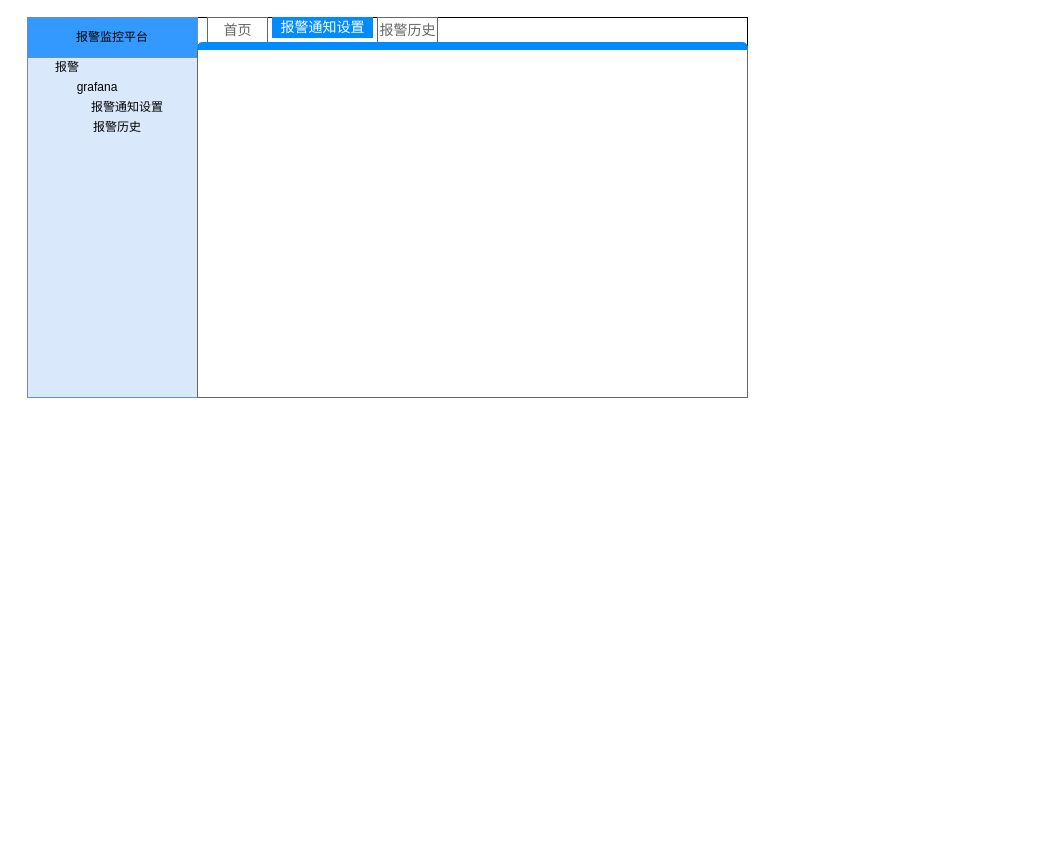
Before: page "监控报警平台界面" (4 of 5) of 监控报警平台.drawio in mashifei/uml, a draw.io diagram. Source tidied: cells renumbered, new cells numbered last; positions are measured from the earlier drawing's top-left corner, leaving out a move shared by most shapes. Both pictures are drawn from the tidied source at 100%, with x=0, y=0 at pixel (17, 17).
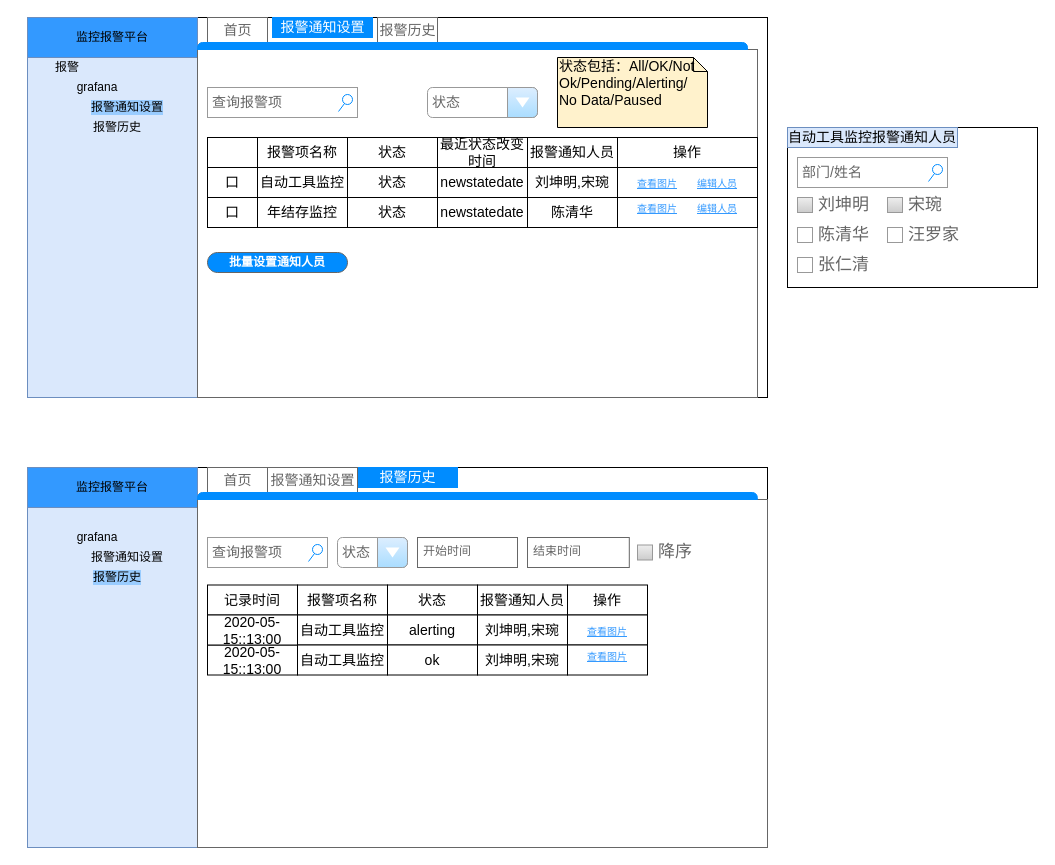
The same diagram, later.

Commit message:
Update 监控报警平台.drawio

Diff of the diagram source:
```diff
@@
     <mxCell id="3" style="rounded=0;whiteSpace=wrap;html=1;" parent="1" vertex="1">
-      <mxGeometry x="180" width="550" height="380" as="geometry" />
+      <mxGeometry x="180" width="570" height="380" as="geometry" />
     </mxCell>
@@
-    <mxCell id="6" value="报警通知设置" style="text;html=1;strokeColor=none;fillColor=none;align=center;verticalAlign=middle;whiteSpace=wrap;rounded=0;" parent="1" vertex="1">
+    <mxCell id="6" value="报警通知设置" style="text;html=1;strokeColor=none;fillColor=none;align=center;verticalAlign=middle;whiteSpace=wrap;rounded=0;labelBackgroundColor=#99CCFF;" parent="1" vertex="1">
       <mxGeometry x="60" y="80" width="100" height="20" as="geometry" />
     </mxCell>
-    <mxCell id="7" value="报警监控平台" style="rounded=0;whiteSpace=wrap;html=1;fillColor=#3399FF;strokeColor=#6c8ebf;" parent="1" vertex="1">
+    <mxCell id="7" value="监控报警平台" style="rounded=0;whiteSpace=wrap;html=1;fillColor=#3399FF;strokeColor=#6c8ebf;" parent="1" vertex="1">
       <mxGeometry x="10" width="170" height="40" as="geometry" />
     </mxCell>
@@
     <mxCell id="9" style="strokeWidth=1;shadow=0;dashed=0;align=center;html=1;shape=mxgraph.mockup.containers.marginRect2;rectMarginTop=32;strokeColor=#666666;gradientColor=none;" parent="1" vertex="1">
-      <mxGeometry x="180" width="550" height="380" as="geometry" />
+      <mxGeometry x="180" width="560" height="380" as="geometry" />
     </mxCell>
@@
+    <mxCell id="14" style="group;" parent="9" vertex="1">
+      <mxGeometry x="10" y="70" width="550" height="185" as="geometry" />
+    </mxCell>
+    <mxCell id="15" value="状态" style="strokeWidth=1;shadow=0;dashed=0;align=center;html=1;shape=mxgraph.mockup.forms.comboBox;strokeColor=#999999;fillColor=#ddeeff;align=left;fillColor2=#aaddff;mainText=;fontColor=#666666;fontSize=14;spacingLeft=3;" parent="14" vertex="1">
+      <mxGeometry x="220" width="110" height="30" as="geometry" />
+    </mxCell>
+    <mxCell id="16" value="查询报警项" style="strokeWidth=1;shadow=0;dashed=0;align=center;html=1;shape=mxgraph.mockup.forms.searchBox;strokeColor=#999999;mainText=;strokeColor2=#008cff;fontColor=#666666;fontSize=14;align=left;spacingLeft=3;fillColor=#FFFFFF;" parent="14" vertex="1">
+      <mxGeometry width="150" height="30" as="geometry" />
+    </mxCell>
+    <mxCell id="17" style="rounded=0;whiteSpace=wrap;html=1;fillColor=#FFFFFF;fontSize=14;" parent="14" vertex="1">
+      <mxGeometry y="50" width="50" height="30" as="geometry" />
+    </mxCell>
+    <mxCell id="18" value="状态" style="rounded=0;whiteSpace=wrap;html=1;fillColor=#FFFFFF;fontSize=14;" parent="14" vertex="1">
+      <mxGeometry x="140" y="50" width="90" height="30" as="geometry" />
+    </mxCell>
+    <mxCell id="19" value="最近状态改变时间" style="rounded=0;whiteSpace=wrap;html=1;fillColor=#FFFFFF;fontSize=14;" parent="14" vertex="1">
+      <mxGeometry x="230" y="50" width="90" height="30" as="geometry" />
+    </mxCell>
+    <mxCell id="20" value="报警项名称" style="rounded=0;whiteSpace=wrap;html=1;fillColor=#FFFFFF;fontSize=14;" parent="14" vertex="1">
+      <mxGeometry x="50" y="50" width="90" height="30" as="geometry" />
+    </mxCell>
+    <mxCell id="21" value="口" style="rounded=0;whiteSpace=wrap;html=1;fillColor=#FFFFFF;fontSize=14;" parent="14" vertex="1">
+      <mxGeometry y="80" width="50" height="30" as="geometry" />
+    </mxCell>
+    <mxCell id="22" value="状态" style="rounded=0;whiteSpace=wrap;html=1;fillColor=#FFFFFF;fontSize=14;" parent="14" vertex="1">
+      <mxGeometry x="140" y="80" width="90" height="30" as="geometry" />
+    </mxCell>
+    <mxCell id="23" value="newstatedate" style="rounded=0;whiteSpace=wrap;html=1;fillColor=#FFFFFF;fontSize=14;" parent="14" vertex="1">
+      <mxGeometry x="230" y="80" width="90" height="30" as="geometry" />
+    </mxCell>
+    <mxCell id="24" value="自动工具监控" style="rounded=0;whiteSpace=wrap;html=1;fillColor=#FFFFFF;fontSize=14;" parent="14" vertex="1">
+      <mxGeometry x="50" y="80" width="90" height="30" as="geometry" />
+    </mxCell>
+    <mxCell id="25" value="口" style="rounded=0;whiteSpace=wrap;html=1;fillColor=#FFFFFF;fontSize=14;" parent="14" vertex="1">
+      <mxGeometry y="110" width="50" height="30" as="geometry" />
+    </mxCell>
+    <mxCell id="26" value="状态" style="rounded=0;whiteSpace=wrap;html=1;fillColor=#FFFFFF;fontSize=14;" parent="14" vertex="1">
+      <mxGeometry x="140" y="110" width="90" height="30" as="geometry" />
+    </mxCell>
+    <mxCell id="27" value="newstatedate" style="rounded=0;whiteSpace=wrap;html=1;fillColor=#FFFFFF;fontSize=14;" parent="14" vertex="1">
+      <mxGeometry x="230" y="110" width="90" height="30" as="geometry" />
+    </mxCell>
+    <mxCell id="28" value="年结存监控" style="rounded=0;whiteSpace=wrap;html=1;fillColor=#FFFFFF;fontSize=14;" parent="14" vertex="1">
+      <mxGeometry x="50" y="110" width="90" height="30" as="geometry" />
+    </mxCell>
+    <mxCell id="29" value="报警通知人员" style="rounded=0;whiteSpace=wrap;html=1;fillColor=#FFFFFF;fontSize=14;" parent="14" vertex="1">
+      <mxGeometry x="320" y="50" width="90" height="30" as="geometry" />
+    </mxCell>
+    <mxCell id="30" value="刘坤明,宋琬" style="rounded=0;whiteSpace=wrap;html=1;fillColor=#FFFFFF;fontSize=14;" parent="14" vertex="1">
+      <mxGeometry x="320" y="80" width="90" height="30" as="geometry" />
+    </mxCell>
+    <mxCell id="31" value="陈清华" style="rounded=0;whiteSpace=wrap;html=1;fillColor=#FFFFFF;fontSize=14;" parent="14" vertex="1">
+      <mxGeometry x="320" y="110" width="90" height="30" as="geometry" />
+    </mxCell>
+    <mxCell id="32" value="操作" style="rounded=0;whiteSpace=wrap;html=1;fillColor=#FFFFFF;fontSize=14;" parent="14" vertex="1">
+      <mxGeometry x="410" y="50" width="140" height="30" as="geometry" />
+    </mxCell>
+    <mxCell id="33" style="rounded=0;whiteSpace=wrap;html=1;fillColor=#FFFFFF;fontSize=14;" parent="14" vertex="1">
+      <mxGeometry x="410" y="80" width="140" height="30" as="geometry" />
+    </mxCell>
+    <mxCell id="34" style="rounded=0;whiteSpace=wrap;html=1;fillColor=#FFFFFF;fontSize=14;" parent="14" vertex="1">
+      <mxGeometry x="410" y="110" width="140" height="30" as="geometry" />
+    </mxCell>
+    <mxCell id="35" value="&lt;font style=&quot;font-size: 10px&quot;&gt;查看图片&lt;/font&gt;" style="text;html=1;strokeColor=none;fillColor=none;align=center;verticalAlign=middle;whiteSpace=wrap;rounded=0;fontSize=14;fontStyle=4;fontColor=#3399FF;" parent="14" vertex="1">
+      <mxGeometry x="410" y="85" width="80" height="20" as="geometry" />
+    </mxCell>
+    <mxCell id="36" value="&lt;font style=&quot;font-size: 10px&quot;&gt;查看图片&lt;/font&gt;" style="text;html=1;strokeColor=none;fillColor=none;align=center;verticalAlign=middle;whiteSpace=wrap;rounded=0;fontSize=14;fontStyle=4;fontColor=#3399FF;" parent="14" vertex="1">
+      <mxGeometry x="410" y="110" width="80" height="20" as="geometry" />
+    </mxCell>
+    <mxCell id="37" value="&lt;font style=&quot;font-size: 10px&quot;&gt;编辑人员&lt;/font&gt;" style="text;html=1;strokeColor=none;fillColor=none;align=center;verticalAlign=middle;whiteSpace=wrap;rounded=0;fontSize=14;fontStyle=4;fontColor=#3399FF;" parent="14" vertex="1">
+      <mxGeometry x="470" y="85" width="80" height="20" as="geometry" />
+    </mxCell>
+    <mxCell id="38" value="&lt;font style=&quot;font-size: 10px&quot;&gt;编辑人员&lt;/font&gt;" style="text;html=1;strokeColor=none;fillColor=none;align=center;verticalAlign=middle;whiteSpace=wrap;rounded=0;fontSize=14;fontStyle=4;fontColor=#3399FF;" parent="14" vertex="1">
+      <mxGeometry x="470" y="110" width="80" height="20" as="geometry" />
+    </mxCell>
+    <mxCell id="39" value="批量设置通知人员" style="strokeWidth=1;shadow=0;dashed=0;align=center;html=1;shape=mxgraph.mockup.buttons.button;strokeColor=#666666;fontColor=#ffffff;mainText=;buttonStyle=round;fontSize=12;fontStyle=1;fillColor=#008cff;whiteSpace=wrap;" parent="14" vertex="1">
+      <mxGeometry y="165" width="140" height="20" as="geometry" />
+    </mxCell>
+    <mxCell id="40" value="状态包括：All/OK/Not Ok/Pending/Alerting/&lt;br&gt;No Data/Paused" style="shape=note;whiteSpace=wrap;html=1;size=14;verticalAlign=top;align=left;spacingTop=-6;fillColor=#FFF2CC;fontSize=14;labelBackgroundColor=none;labelBorderColor=none;" parent="9" vertex="1">
+      <mxGeometry x="360" y="40" width="150" height="70" as="geometry" />
+    </mxCell>
+    <mxCell id="41" style="rounded=0;whiteSpace=wrap;html=1;fillColor=#dae8fc;strokeColor=#6c8ebf;" parent="1" vertex="1">
+      <mxGeometry x="10" y="450" width="170" height="380" as="geometry" />
+    </mxCell>
+    <mxCell id="42" style="rounded=0;whiteSpace=wrap;html=1;" parent="1" vertex="1">
+      <mxGeometry x="180" y="450" width="570" height="380" as="geometry" />
+    </mxCell>
+    <mxCell id="43" value="grafana" style="text;html=1;strokeColor=none;fillColor=none;align=center;verticalAlign=middle;whiteSpace=wrap;rounded=0;" parent="1" vertex="1">
+      <mxGeometry x="30" y="510" width="100" height="20" as="geometry" />
+    </mxCell>
+    <mxCell id="44" value="报警通知设置" style="text;html=1;strokeColor=none;fillColor=none;align=center;verticalAlign=middle;whiteSpace=wrap;rounded=0;" parent="1" vertex="1">
+      <mxGeometry x="60" y="530" width="100" height="20" as="geometry" />
+    </mxCell>
+    <mxCell id="45" value="监控报警平台" style="rounded=0;whiteSpace=wrap;html=1;fillColor=#3399FF;strokeColor=#6c8ebf;" parent="1" vertex="1">
+      <mxGeometry x="10" y="450" width="170" height="40" as="geometry" />
+    </mxCell>
+    <mxCell id="46" value="报警历史" style="text;html=1;strokeColor=none;fillColor=none;align=center;verticalAlign=middle;whiteSpace=wrap;rounded=0;labelBackgroundColor=#99CCFF;" parent="1" vertex="1">
+      <mxGeometry x="50" y="550" width="100" height="20" as="geometry" />
+    </mxCell>
+    <mxCell id="47" style="strokeWidth=1;shadow=0;dashed=0;align=center;html=1;shape=mxgraph.mockup.containers.marginRect2;rectMarginTop=32;strokeColor=#666666;gradientColor=none;" parent="1" vertex="1">
+      <mxGeometry x="180" y="450" width="570" height="380" as="geometry" />
+    </mxCell>
+    <mxCell id="48" value="首页" style="strokeColor=inherit;fillColor=inherit;gradientColor=inherit;strokeWidth=1;shadow=0;dashed=0;align=center;html=1;shape=mxgraph.mockup.containers.rrect;rSize=0;fontSize=14;fontColor=#666666;gradientColor=none;" parent="47" vertex="1">
+      <mxGeometry width="60" height="25" relative="1" as="geometry">
+        <mxPoint x="10" as="offset" />
+      </mxGeometry>
+    </mxCell>
+    <mxCell id="49" value="报警历史" style="strokeWidth=1;shadow=0;dashed=0;align=center;html=1;shape=mxgraph.mockup.containers.rrect;rSize=0;fontSize=14;fontColor=#ffffff;strokeColor=#008cff;fillColor=#008cff;" parent="47" vertex="1">
+      <mxGeometry width="100" height="20" relative="1" as="geometry">
+        <mxPoint x="160" as="offset" />
+      </mxGeometry>
+    </mxCell>
+    <mxCell id="50" value="报警通知设置" style="strokeColor=inherit;fillColor=inherit;gradientColor=inherit;strokeWidth=1;shadow=0;dashed=0;align=center;html=1;shape=mxgraph.mockup.containers.rrect;rSize=0;fontSize=14;fontColor=#666666;gradientColor=none;" parent="47" vertex="1">
+      <mxGeometry width="90" height="25" relative="1" as="geometry">
+        <mxPoint x="70" as="offset" />
+      </mxGeometry>
+    </mxCell>
+    <mxCell id="51" style="strokeWidth=1;shadow=0;dashed=0;align=center;html=1;shape=mxgraph.mockup.containers.topButton;rSize=5;strokeColor=#008cff;fillColor=#008cff;gradientColor=none;" parent="47" vertex="1">
+      <mxGeometry width="559.82" height="7" relative="1" as="geometry">
+        <mxPoint y="25" as="offset" />
+      </mxGeometry>
+    </mxCell>
+    <mxCell id="52" style="group;" parent="47" vertex="1">
+      <mxGeometry x="10" y="70" width="470" height="137.5" as="geometry" />
+    </mxCell>
+    <mxCell id="53" style="group;" parent="52" vertex="1">
+      <mxGeometry width="470" height="137.5" as="geometry" />
+    </mxCell>
+    <mxCell id="54" value="查询报警项" style="strokeWidth=1;shadow=0;dashed=0;align=center;html=1;shape=mxgraph.mockup.forms.searchBox;strokeColor=#999999;mainText=;strokeColor2=#008cff;fontColor=#666666;fontSize=14;align=left;spacingLeft=3;fillColor=#FFFFFF;" parent="53" vertex="1">
+      <mxGeometry width="120" height="30" as="geometry" />
+    </mxCell>
+    <mxCell id="55" value="状态" style="rounded=0;whiteSpace=wrap;html=1;fillColor=#FFFFFF;fontSize=14;" parent="53" vertex="1">
+      <mxGeometry x="180" y="47.5" width="90" height="30" as="geometry" />
+    </mxCell>
+    <mxCell id="56" value="报警项名称" style="rounded=0;whiteSpace=wrap;html=1;fillColor=#FFFFFF;fontSize=14;" parent="53" vertex="1">
+      <mxGeometry x="90" y="47.5" width="90" height="30" as="geometry" />
+    </mxCell>
+    <mxCell id="57" value="alerting" style="rounded=0;whiteSpace=wrap;html=1;fillColor=#FFFFFF;fontSize=14;" parent="53" vertex="1">
+      <mxGeometry x="180" y="77.5" width="90" height="30" as="geometry" />
+    </mxCell>
+    <mxCell id="58" value="自动工具监控" style="rounded=0;whiteSpace=wrap;html=1;fillColor=#FFFFFF;fontSize=14;" parent="53" vertex="1">
+      <mxGeometry x="90" y="77.5" width="90" height="30" as="geometry" />
+    </mxCell>
+    <mxCell id="59" value="ok" style="rounded=0;whiteSpace=wrap;html=1;fillColor=#FFFFFF;fontSize=14;" parent="53" vertex="1">
+      <mxGeometry x="180" y="107.5" width="90" height="30" as="geometry" />
+    </mxCell>
+    <mxCell id="60" value="自动工具监控" style="rounded=0;whiteSpace=wrap;html=1;fillColor=#FFFFFF;fontSize=14;" parent="53" vertex="1">
+      <mxGeometry x="90" y="107.5" width="90" height="30" as="geometry" />
+    </mxCell>
+    <mxCell id="61" value="报警通知人员" style="rounded=0;whiteSpace=wrap;html=1;fillColor=#FFFFFF;fontSize=14;" parent="53" vertex="1">
+      <mxGeometry x="270" y="47.5" width="90" height="30" as="geometry" />
+    </mxCell>
+    <mxCell id="62" value="刘坤明,宋琬" style="rounded=0;whiteSpace=wrap;html=1;fillColor=#FFFFFF;fontSize=14;" parent="53" vertex="1">
+      <mxGeometry x="270" y="77.5" width="90" height="30" as="geometry" />
+    </mxCell>
+    <mxCell id="63" value="刘坤明,宋琬" style="rounded=0;whiteSpace=wrap;html=1;fillColor=#FFFFFF;fontSize=14;" parent="53" vertex="1">
+      <mxGeometry x="270" y="107.5" width="90" height="30" as="geometry" />
+    </mxCell>
+    <mxCell id="64" value="操作" style="rounded=0;whiteSpace=wrap;html=1;fillColor=#FFFFFF;fontSize=14;" parent="53" vertex="1">
+      <mxGeometry x="360" y="47.5" width="80" height="30" as="geometry" />
+    </mxCell>
+    <mxCell id="65" style="rounded=0;whiteSpace=wrap;html=1;fillColor=#FFFFFF;fontSize=14;" parent="53" vertex="1">
+      <mxGeometry x="360" y="77.5" width="80" height="30" as="geometry" />
+    </mxCell>
+    <mxCell id="66" style="rounded=0;whiteSpace=wrap;html=1;fillColor=#FFFFFF;fontSize=14;" parent="53" vertex="1">
+      <mxGeometry x="360" y="107.5" width="80" height="30" as="geometry" />
+    </mxCell>
+    <mxCell id="67" value="&lt;font style=&quot;font-size: 10px&quot;&gt;查看图片&lt;/font&gt;" style="text;html=1;strokeColor=none;fillColor=none;align=center;verticalAlign=middle;whiteSpace=wrap;rounded=0;fontSize=14;fontStyle=4;fontColor=#3399FF;" parent="53" vertex="1">
+      <mxGeometry x="360" y="82.5" width="80" height="20" as="geometry" />
+    </mxCell>
+    <mxCell id="68" value="&lt;font style=&quot;font-size: 10px&quot;&gt;查看图片&lt;/font&gt;" style="text;html=1;strokeColor=none;fillColor=none;align=center;verticalAlign=middle;whiteSpace=wrap;rounded=0;fontSize=14;fontStyle=4;fontColor=#3399FF;" parent="53" vertex="1">
+      <mxGeometry x="360" y="107.5" width="80" height="20" as="geometry" />
+    </mxCell>
+    <mxCell id="69" value="开始时间" style="strokeWidth=1;shadow=0;dashed=0;align=center;html=1;shape=mxgraph.mockup.text.textBox;fontColor=#666666;align=left;fontSize=12;spacingLeft=4;spacingTop=-3;strokeColor=#666666;mainText=;labelBackgroundColor=none;fillColor=#ffffff;" parent="53" vertex="1">
+      <mxGeometry x="210" width="100" height="30" as="geometry" />
+    </mxCell>
+    <mxCell id="70" value="状态" style="strokeWidth=1;shadow=0;dashed=0;align=center;html=1;shape=mxgraph.mockup.forms.comboBox;strokeColor=#999999;fillColor=#ddeeff;align=left;fillColor2=#aaddff;mainText=;fontColor=#666666;fontSize=14;spacingLeft=3;" parent="53" vertex="1">
+      <mxGeometry x="130" width="70" height="30" as="geometry" />
+    </mxCell>
+    <mxCell id="71" value="结束时间" style="strokeWidth=1;shadow=0;dashed=0;align=center;html=1;shape=mxgraph.mockup.text.textBox;fontColor=#666666;align=left;fontSize=12;spacingLeft=4;spacingTop=-3;strokeColor=#666666;mainText=;labelBackgroundColor=none;fillColor=#ffffff;" parent="53" vertex="1">
+      <mxGeometry x="320" width="101.8" height="30" as="geometry" />
+    </mxCell>
+    <mxCell id="72" value="降序" style="strokeWidth=1;shadow=0;dashed=0;align=center;html=1;shape=mxgraph.mockup.forms.rrect;rSize=0;fillColor=#eeeeee;strokeColor=#999999;gradientColor=#cccccc;align=left;spacingLeft=4;fontSize=17;fontColor=#666666;labelPosition=right;labelBackgroundColor=none;" parent="53" vertex="1">
+      <mxGeometry x="430" y="7.5" width="15" height="15" as="geometry" />
+    </mxCell>
+    <mxCell id="73" value="记录时间" style="rounded=0;whiteSpace=wrap;html=1;fillColor=#FFFFFF;fontSize=14;" parent="47" vertex="1">
+      <mxGeometry x="10" y="117.5" width="90" height="30" as="geometry" />
+    </mxCell>
+    <mxCell id="74" value="2020-05-15::13:00" style="rounded=0;whiteSpace=wrap;html=1;fillColor=#FFFFFF;fontSize=14;" parent="47" vertex="1">
+      <mxGeometry x="10" y="177.5" width="90" height="30" as="geometry" />
+    </mxCell>
+    <mxCell id="75" value="2020-05-15::13:00" style="rounded=0;whiteSpace=wrap;html=1;fillColor=#FFFFFF;fontSize=14;" parent="47" vertex="1">
+      <mxGeometry x="10" y="147.5" width="90" height="30" as="geometry" />
+    </mxCell>
+    <mxCell id="76" style="rounded=0;whiteSpace=wrap;html=1;labelBackgroundColor=none;fillColor=#ffffff;fontSize=14;fontColor=#330000;" parent="1" vertex="1">
+      <mxGeometry x="770" y="110" width="250" height="160" as="geometry" />
+    </mxCell>
+    <mxCell id="77" value="自动工具监控报警通知人员" style="text;html=1;strokeColor=#6c8ebf;fillColor=#dae8fc;align=center;verticalAlign=middle;whiteSpace=wrap;rounded=0;labelBackgroundColor=none;fontSize=14;" parent="1" vertex="1">
+      <mxGeometry x="770" y="110" width="170" height="20" as="geometry" />
+    </mxCell>
+    <mxCell id="78" value="刘坤明" style="strokeWidth=1;shadow=0;dashed=0;align=center;html=1;shape=mxgraph.mockup.forms.rrect;rSize=0;fillColor=#eeeeee;strokeColor=#999999;gradientColor=#cccccc;align=left;spacingLeft=4;fontSize=17;fontColor=#666666;labelPosition=right;labelBackgroundColor=none;" parent="1" vertex="1">
+      <mxGeometry x="780" y="180" width="15" height="15" as="geometry" />
+    </mxCell>
+    <mxCell id="79" value="宋琬" style="strokeWidth=1;shadow=0;dashed=0;align=center;html=1;shape=mxgraph.mockup.forms.rrect;rSize=0;fillColor=#eeeeee;strokeColor=#999999;gradientColor=#cccccc;align=left;spacingLeft=4;fontSize=17;fontColor=#666666;labelPosition=right;labelBackgroundColor=none;" parent="1" vertex="1">
+      <mxGeometry x="870" y="180" width="15" height="15" as="geometry" />
+    </mxCell>
+    <mxCell id="80" value="陈清华" style="strokeWidth=1;shadow=0;dashed=0;align=center;html=1;shape=mxgraph.mockup.forms.rrect;rSize=0;fillColor=none;strokeColor=#999999;gradientColor=#cccccc;align=left;spacingLeft=4;fontSize=17;fontColor=#666666;labelPosition=right;labelBackgroundColor=none;" parent="1" vertex="1">
+      <mxGeometry x="780" y="210" width="15" height="15" as="geometry" />
+    </mxCell>
+    <mxCell id="81" value="汪罗家" style="strokeWidth=1;shadow=0;dashed=0;align=center;html=1;shape=mxgraph.mockup.forms.rrect;rSize=0;fillColor=none;strokeColor=#999999;gradientColor=#cccccc;align=left;spacingLeft=4;fontSize=17;fontColor=#666666;labelPosition=right;labelBackgroundColor=none;" parent="1" vertex="1">
+      <mxGeometry x="870" y="210" width="15" height="15" as="geometry" />
+    </mxCell>
+    <mxCell id="82" value="张仁清" style="strokeWidth=1;shadow=0;dashed=0;align=center;html=1;shape=mxgraph.mockup.forms.rrect;rSize=0;fillColor=none;strokeColor=#999999;gradientColor=#cccccc;align=left;spacingLeft=4;fontSize=17;fontColor=#666666;labelPosition=right;labelBackgroundColor=none;" parent="1" vertex="1">
+      <mxGeometry x="780" y="240" width="15" height="15" as="geometry" />
+    </mxCell>
+    <mxCell id="83" value="部门/姓名" style="strokeWidth=1;shadow=0;dashed=0;align=center;html=1;shape=mxgraph.mockup.forms.searchBox;strokeColor=#999999;mainText=;strokeColor2=#008cff;fontColor=#666666;fontSize=14;align=left;spacingLeft=3;fillColor=#FFFFFF;" parent="1" vertex="1">
+      <mxGeometry x="780" y="140" width="150" height="30" as="geometry" />
+    </mxCell>
```
